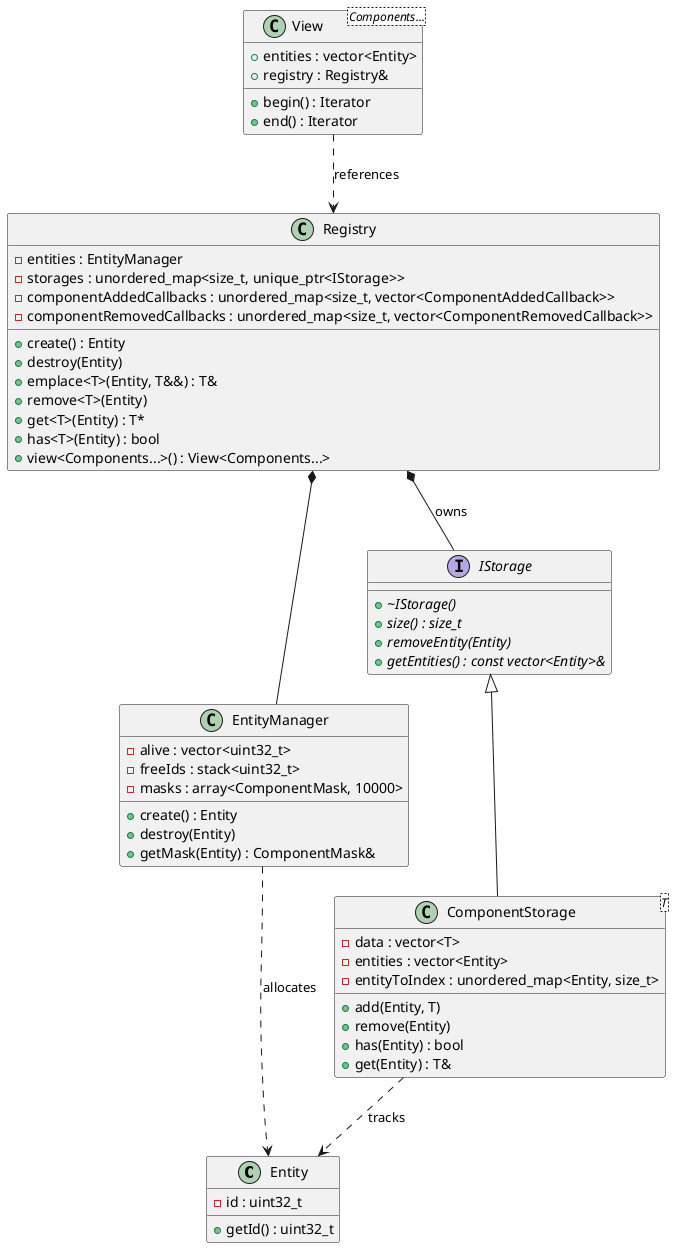
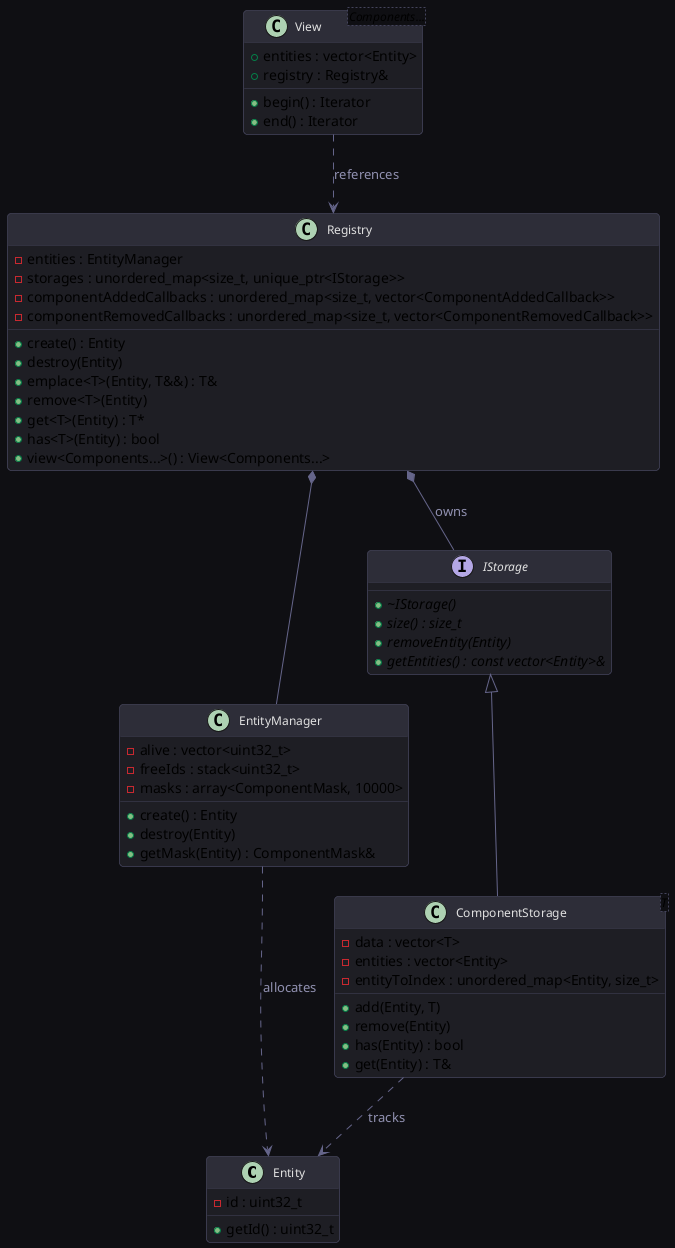
@startuml ECSStructure
+ 
+ ' Modern Dark/Slate Theme configuration
+ skinparam BackgroundColor #0f0f13
+ skinparam RoundCorner 8
+ skinparam Shadowing false
+ skinparam Class {
+     BackgroundColor #1e1e24
+     BorderColor #44445c
+     FontColor #e0e0e0
+     FontSize 12
+     FontName "Segoe UI"
+     HeaderBackgroundColor #2d2d38
+ }
+ skinparam Arrow {
+     Color #65658a
+     FontColor #9090b0
+     FontName "Segoe UI"
+ }

class Entity {
    - id : uint32_t
    + getId() : uint32_t
}

class EntityManager {
    - alive : vector<uint32_t>
    - freeIds : stack<uint32_t>
    - masks : array<ComponentMask, 10000>
    + create() : Entity
    + destroy(Entity)
    + getMask(Entity) : ComponentMask&
}

interface IStorage {
    + {abstract} ~IStorage()
    + {abstract} size() : size_t
    + {abstract} removeEntity(Entity)
    + {abstract} getEntities() : const vector<Entity>&
}

class ComponentStorage<T> {
    - data : vector<T>
    - entities : vector<Entity>
    - entityToIndex : unordered_map<Entity, size_t>
    + add(Entity, T)
    + remove(Entity)
    + has(Entity) : bool
    + get(Entity) : T&
}

class Registry {
    - entities : EntityManager
    - storages : unordered_map<size_t, unique_ptr<IStorage>>
    - componentAddedCallbacks : unordered_map<size_t, vector<ComponentAddedCallback>>
    - componentRemovedCallbacks : unordered_map<size_t, vector<ComponentRemovedCallback>>
    + create() : Entity
    + destroy(Entity)
    + emplace<T>(Entity, T&&) : T&
    + remove<T>(Entity)
    + get<T>(Entity) : T*
    + has<T>(Entity) : bool
    + view<Components...>() : View<Components...>
}

class View<Components...> {
    + entities : vector<Entity>
    + registry : Registry&
    + begin() : Iterator
    + end() : Iterator
}

IStorage <|-- ComponentStorage
Registry *-- EntityManager
Registry *-- IStorage : owns
View ..> Registry : references
EntityManager ..> Entity : allocates
ComponentStorage ..> Entity : tracks
@enduml
